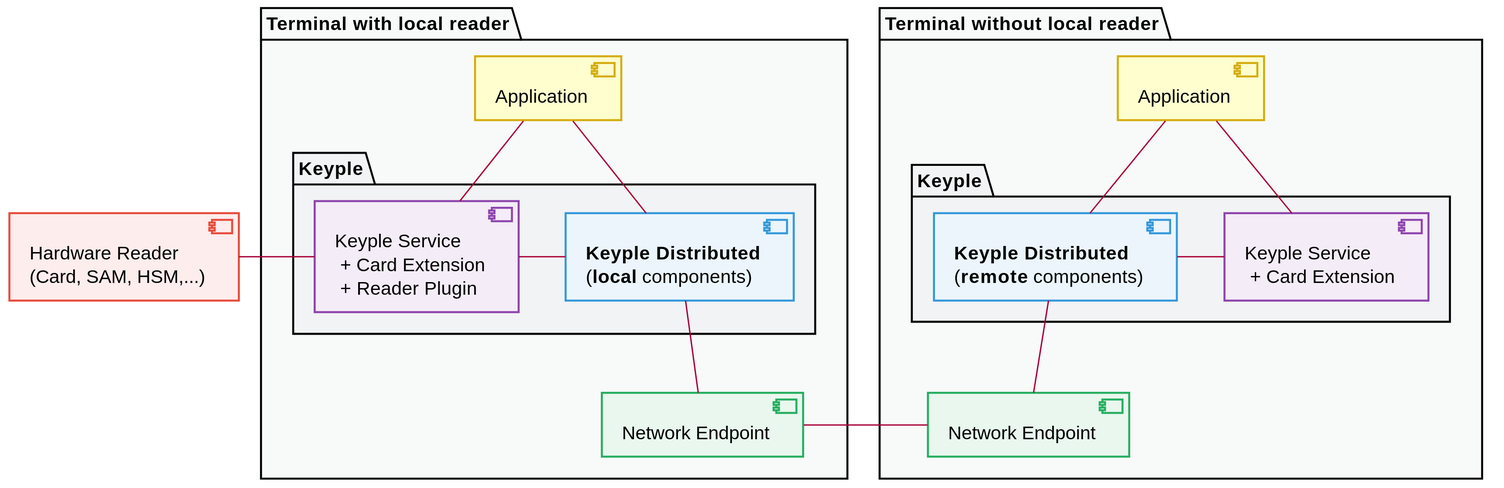
The PlantUML diagram media/learn/developer-guide/distributed-application/distributed_solution_layers_overview.svg in yvonneyam/keyple-website, before a commit. The source it was exported from:
```plantuml
@startuml


!define C_GREY1 F8F9F9
!define C_GREY2 F2F3F4
!define C_GREY3 E5E7E9
!define C_GREY4 D7DBDD
!define COLOR_YELLOW D4AC0D
!define COLOR_RED E74C3C
!define COLOR_PURPLE 8E44AD
!define COLOR_BLUE 3498DB
!define COLOR_GREEN 27AE60
!define COLOR_ORANGE E67E22
!define COLOR_GREY 2C3E50
skinparam Shadowing false
skinparam component {
    BorderColor #D4AC0D
    BackgroundColor<<red>> #FDEDEC
    BorderColor<<red>> #E74C3C
    BackgroundColor<<purple>> #F4ECF7
    BorderColor<<purple>> #8E44AD
    BackgroundColor<<blue>> #EBF5FB
    BorderColor<<blue>> #3498DB
    BackgroundColor<<green>> #E9F7EF
    BorderColor<<green>> #27AE60
    BackgroundColor<<orange>> #FDF2E9
    BorderColor<<orange>> #E67E22
    BackgroundColor<<grey>> #EAECEE
    BorderColor<<grey>> #2C3E50
}
skinparam interface {
    BorderColor #D4AC0D
    BackgroundColor<<red>> #FDEDEC
    BorderColor<<red>> #E74C3C
    BackgroundColor<<purple>> #F4ECF7
    BorderColor<<purple>> #8E44AD
    BackgroundColor<<blue>> #EBF5FB
    BorderColor<<blue>> #3498DB
    BackgroundColor<<green>> #E9F7EF
    BorderColor<<green>> #27AE60
    BackgroundColor<<orange>> #FDF2E9
    BorderColor<<orange>> #E67E22
    BackgroundColor<<grey>> #EAECEE
    BorderColor<<grey>> #2C3E50
}
hide <<red>> stereotype
hide <<purple>> stereotype
hide <<blue>> stereotype
hide <<green>> stereotype
hide <<orange>> stereotype
hide <<grey>> stereotype


[Hardware Reader\n(Card, SAM, HSM,...)] as reader <<red>>

package "Terminal with local reader" #C_GREY1 {
    [Application] as appA
    package "Keyple" as localKeyple #C_GREY2 {
        [Keyple Service\n + Card Extension\n + Reader Plugin] as localKeypleLibs <<purple>>
        [**Keyple Distributed**\n(**local** components)] as localLib <<blue>>
    }
    [Network Endpoint] as endpointA <<green>>
}

package "Terminal without local reader" #C_GREY1 {
    [Application] as appB
    package "Keyple" as remoteKeyple #C_GREY2 {
        [Keyple Service\n + Card Extension] as remoteKeypleLibs <<purple>>
        [**Keyple Distributed**\n(**remote** components)] as remoteLib <<blue>>
    }
    [Network Endpoint] as endpointB <<green>>
}

reader - localKeypleLibs

appA -- localKeypleLibs
appA -- localLib
localKeypleLibs - localLib
localLib -- endpointA

endpointA - endpointB

appB -- remoteKeypleLibs
appB -- remoteLib
remoteKeypleLibs -left- remoteLib
remoteLib -- endpointB

@enduml
```
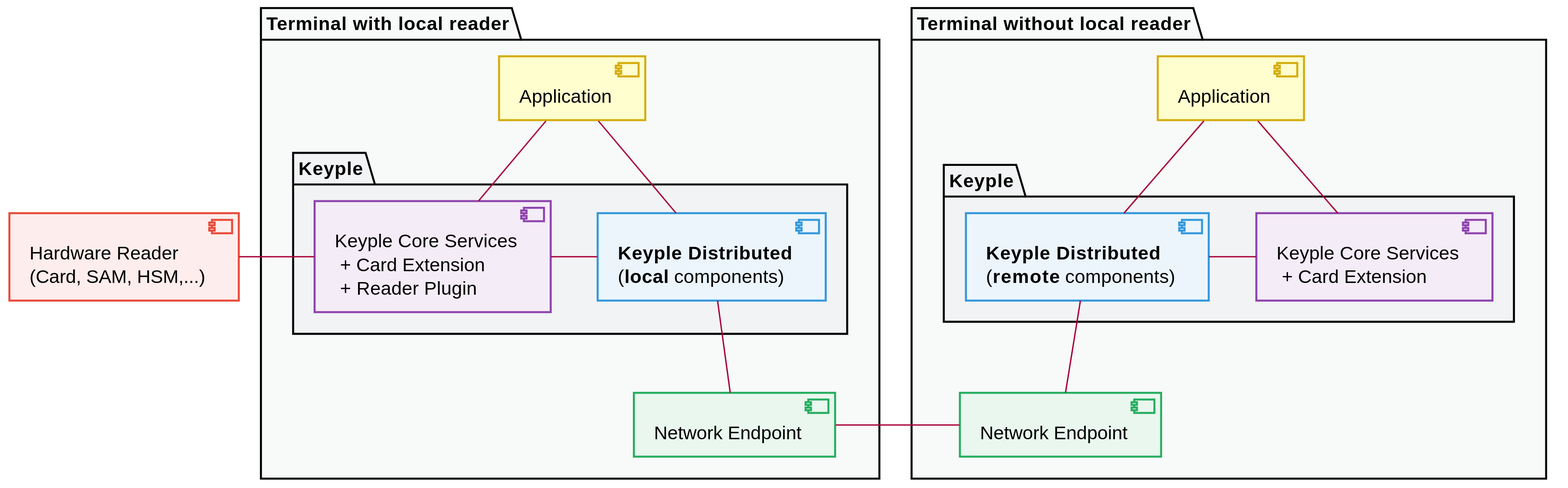
After the change.

Change to the diagram source:
```diff
@@ -56,7 +56,7 @@
 package "Terminal with local reader" #C_GREY1 {
     [Application] as appA
     package "Keyple" as localKeyple #C_GREY2 {
-        [Keyple Service\n + Card Extension\n + Reader Plugin] as localKeypleLibs <<purple>>
+        [Keyple Core Services\n + Card Extension\n + Reader Plugin] as localKeypleLibs <<purple>>
         [**Keyple Distributed**\n(**local** components)] as localLib <<blue>>
     }
     [Network Endpoint] as endpointA <<green>>
@@ -65,7 +65,7 @@
 package "Terminal without local reader" #C_GREY1 {
     [Application] as appB
     package "Keyple" as remoteKeyple #C_GREY2 {
-        [Keyple Service\n + Card Extension] as remoteKeypleLibs <<purple>>
+        [Keyple Core Services\n + Card Extension] as remoteKeypleLibs <<purple>>
         [**Keyple Distributed**\n(**remote** components)] as remoteLib <<blue>>
     }
     [Network Endpoint] as endpointB <<green>>
```
